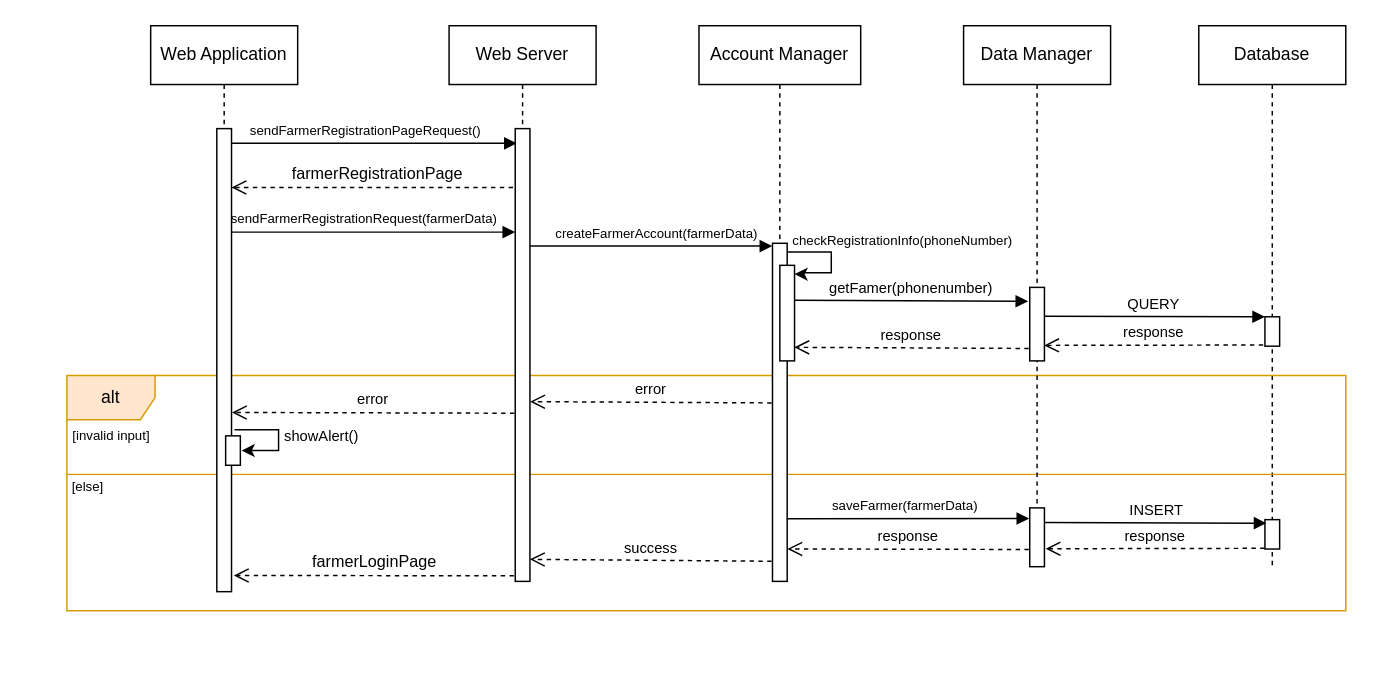
Above: page "FM-registration-UC6" (1 of 14) of DD/UML/Runtime.drawio in ictar/DREAM-SE2-Project-2022 (draw.io), before the change. Source tidied: cells renumbered, new cells numbered last; positions are measured from the earlier drawing's top-left corner, leaving out a move shared by most shapes. Both pictures are drawn from the tidied source at 147%, with x=0, y=0 at pixel (25, 25).
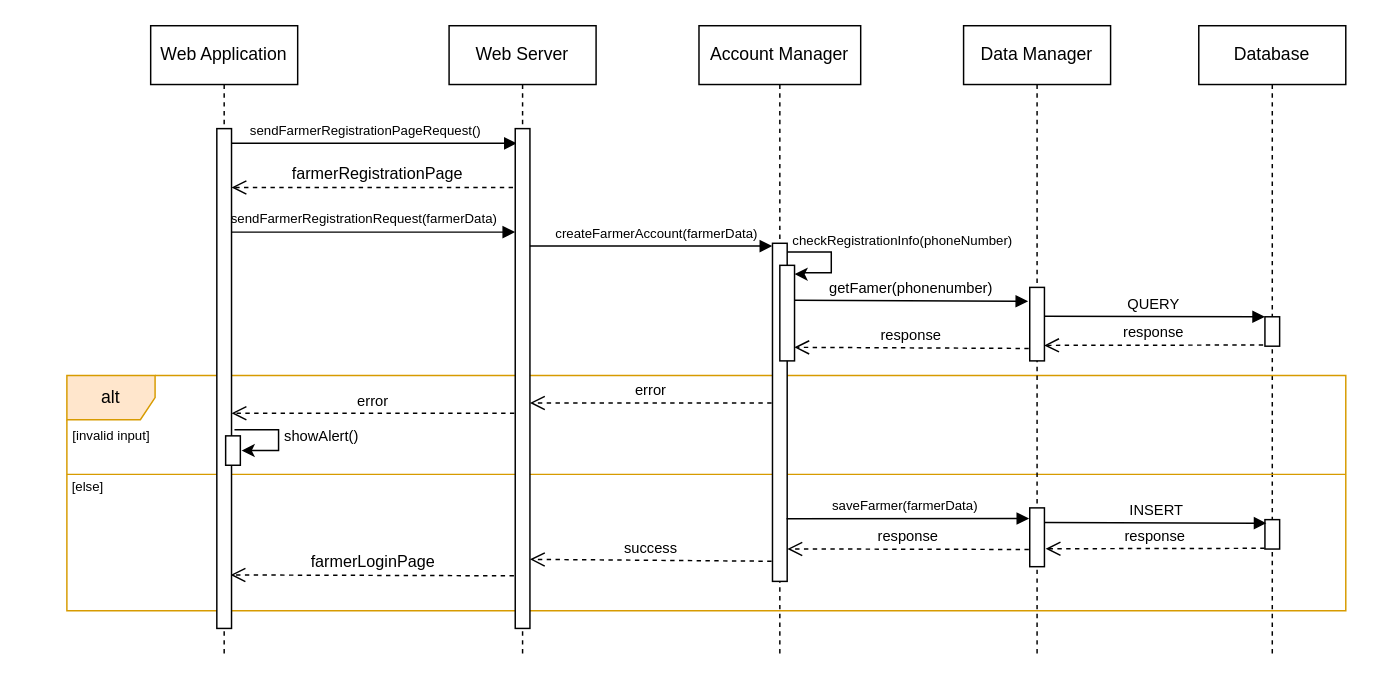
After the change.

What changed in the source:
```diff
@@
     <mxCell id="4" value="Database" style="shape=umlLifeline;perimeter=lifelinePerimeter;whiteSpace=wrap;html=1;" parent="1" vertex="1">
-      <mxGeometry x="798" width="100" height="370" as="geometry" />
+      <mxGeometry x="798" width="100" height="430" as="geometry" />
     </mxCell>
@@
     <mxCell id="10" value="Web Application" style="shape=umlLifeline;perimeter=lifelinePerimeter;whiteSpace=wrap;html=1;outlineConnect=0;" parent="1" vertex="1">
-      <mxGeometry x="85" width="100" height="370" as="geometry" />
+      <mxGeometry x="85" width="100" height="430" as="geometry" />
     </mxCell>
     <mxCell id="11" value="Web Server" style="shape=umlLifeline;perimeter=lifelinePerimeter;whiteSpace=wrap;html=1;outlineConnect=0;" parent="1" vertex="1">
-      <mxGeometry x="288" width="100" height="378" as="geometry" />
+      <mxGeometry x="288" width="100" height="430" as="geometry" />
     </mxCell>
     <mxCell id="12" style="html=1;points=[];perimeter=orthogonalPerimeter;" parent="11" vertex="1">
-      <mxGeometry x="45" y="70" width="10" height="308" as="geometry" />
+      <mxGeometry x="45" y="70" width="10" height="340" as="geometry" />
     </mxCell>
@@
-    <mxCell id="14" value="farmerLoginPage" style="html=1;verticalAlign=bottom;endArrow=open;dashed=1;endSize=8;exitX=-0.09;exitY=0.822;rounded=0;exitDx=0;exitDy=0;exitPerimeter=0;entryX=1.159;entryY=0.965;entryDx=0;entryDy=0;entryPerimeter=0;" parent="1" edge="1" target="15">
+    <mxCell id="14" value="farmerLoginPage" style="html=1;verticalAlign=bottom;endArrow=open;dashed=1;endSize=8;exitX=-0.09;exitY=0.822;rounded=0;exitDx=0;exitDy=0;exitPerimeter=0;entryX=0.933;entryY=0.893;entryDx=0;entryDy=0;entryPerimeter=0;" parent="1" edge="1" target="15">
       <mxGeometry relative="1" as="geometry">
         <mxPoint x="332.1" y="374.2" as="sourcePoint" />
       </mxGeometry>
     </mxCell>
     <mxCell id="15" style="html=1;points=[];perimeter=orthogonalPerimeter;" parent="1" vertex="1">
-      <mxGeometry x="130" y="70" width="10" height="315" as="geometry" />
+      <mxGeometry x="130" y="70" width="10" height="340" as="geometry" />
     </mxCell>
@@
     <mxCell id="17" value="Account Manager" style="shape=umlLifeline;perimeter=lifelinePerimeter;whiteSpace=wrap;html=1;" parent="1" vertex="1">
-      <mxGeometry x="458" width="110" height="370" as="geometry" />
+      <mxGeometry x="458" width="110" height="430" as="geometry" />
     </mxCell>
@@
     <mxCell id="21" value="Data Manager" style="shape=umlLifeline;perimeter=lifelinePerimeter;whiteSpace=wrap;html=1;" parent="1" vertex="1">
-      <mxGeometry x="638" width="100" height="370" as="geometry" />
+      <mxGeometry x="638" width="100" height="430" as="geometry" />
     </mxCell>
@@
-    <mxCell id="29" value="&lt;font style=&quot;font-size: 10px&quot;&gt;error&lt;/font&gt;" style="html=1;verticalAlign=bottom;endArrow=open;dashed=1;endSize=8;rounded=0;exitX=-0.067;exitY=0.831;exitDx=0;exitDy=0;exitPerimeter=0;entryX=1.014;entryY=0.603;entryDx=0;entryDy=0;entryPerimeter=0;" parent="1" edge="1" target="12">
+    <mxCell id="29" value="&lt;font style=&quot;font-size: 10px&quot;&gt;error&lt;/font&gt;" style="html=1;verticalAlign=bottom;endArrow=open;dashed=1;endSize=8;rounded=0;exitX=-0.067;exitY=0.831;exitDx=0;exitDy=0;exitPerimeter=0;" parent="1" edge="1" target="12">
       <mxGeometry relative="1" as="geometry">
         <mxPoint x="507.4" y="256.6" as="sourcePoint" />
       </mxGeometry>
     </mxCell>
-    <mxCell id="30" value="&lt;font style=&quot;font-size: 10px&quot;&gt;error&lt;/font&gt;" style="html=1;verticalAlign=bottom;endArrow=open;dashed=1;endSize=8;rounded=0;exitX=-0.067;exitY=0.831;exitDx=0;exitDy=0;exitPerimeter=0;entryX=1.029;entryY=0.613;entryDx=0;entryDy=0;entryPerimeter=0;" parent="1" edge="1" target="15">
+    <mxCell id="30" value="&lt;font style=&quot;font-size: 10px&quot;&gt;error&lt;/font&gt;" style="html=1;verticalAlign=bottom;endArrow=open;dashed=1;endSize=8;rounded=0;exitX=-0.067;exitY=0.831;exitDx=0;exitDy=0;exitPerimeter=0;" parent="1" edge="1" target="15">
       <mxGeometry relative="1" as="geometry">
         <mxPoint x="332.4" y="263.6" as="sourcePoint" />
       </mxGeometry>
     </mxCell>
```
